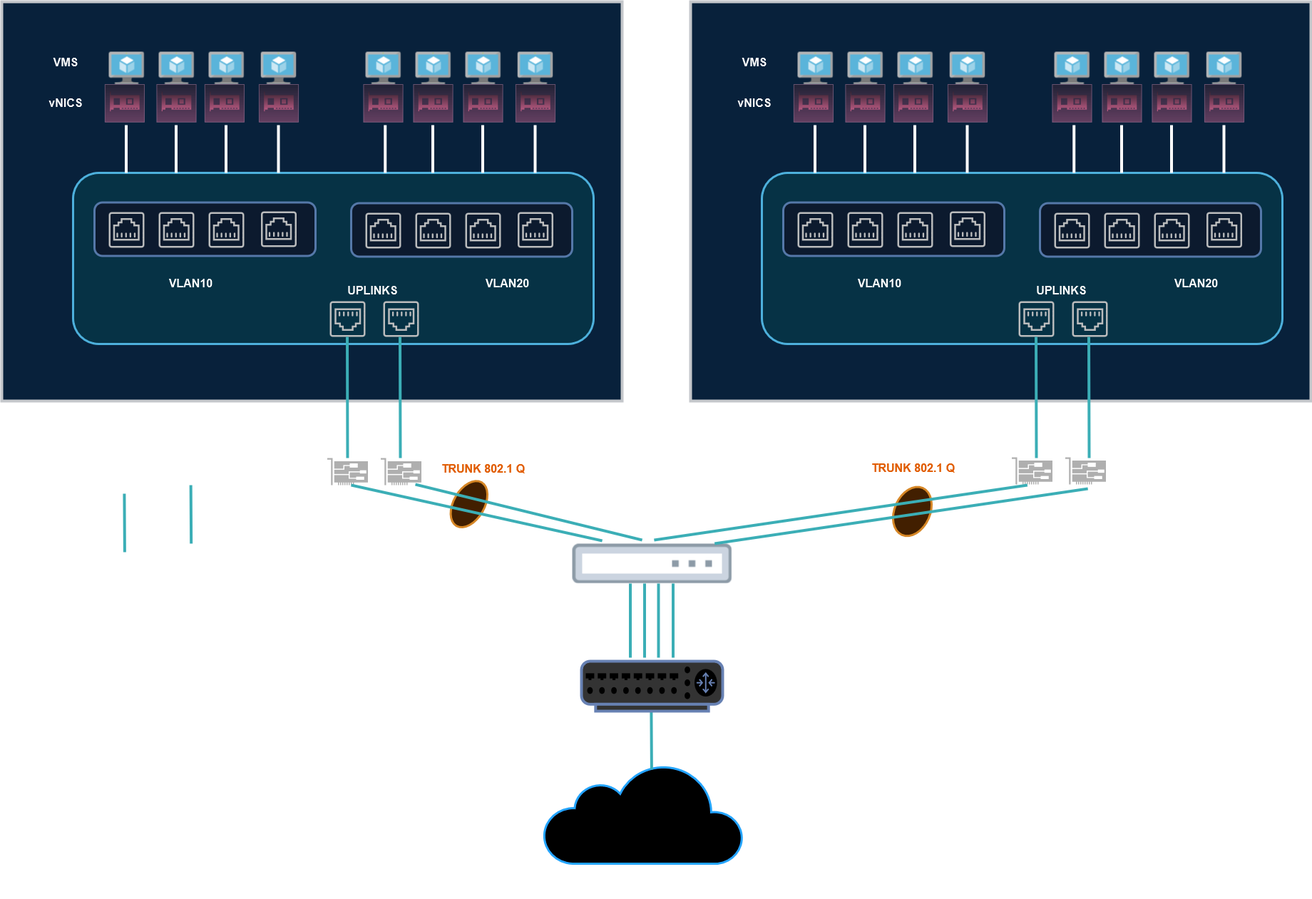
Above: CCNP 350-401 ENCOR/02 - Virtualization/09 - Virtual Switching/Imagens/trunk.png in alcancil/Cisco (draw.io), before the change. Source tidied: cells renumbered, new cells last; positions are measured from the earlier drawing's top-left corner, leaving out a move shared by most shapes.
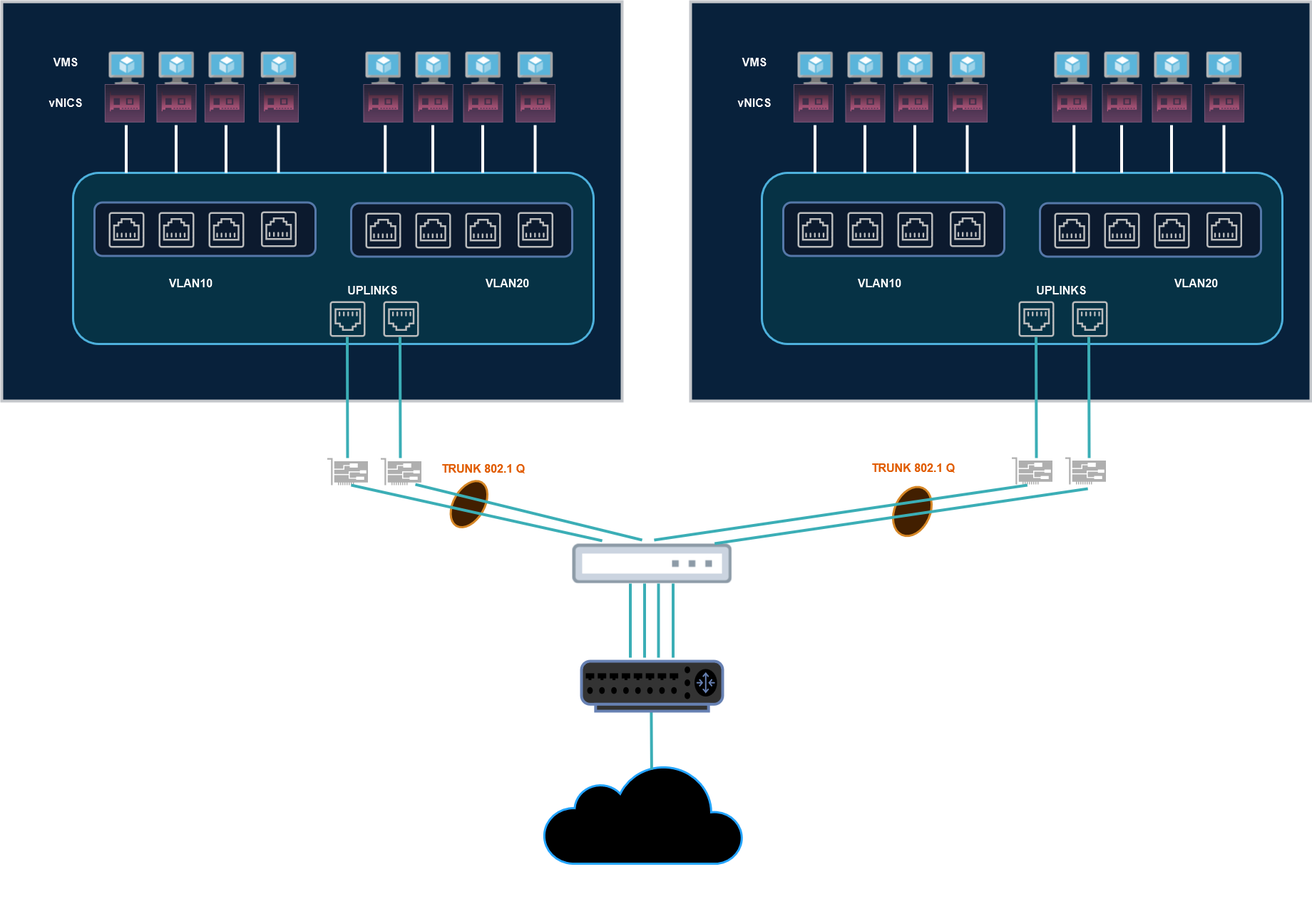
The same diagram one commit later.

Commit message:
Alterado o arquivo readme.md

Change to the diagram source:
```diff
@@ -175,18 +175,6 @@
         <mxPoint x="558.5" y="470" as="targetPoint" />
       </mxGeometry>
     </mxCell>
-    <mxCell id="50" style="endArrow=none;html=1;rounded=0;strokeWidth=4;fillColor=#b0e3e6;strokeColor=#0e8088;" parent="1" edge="1">
-      <mxGeometry relative="1" as="geometry">
-        <mxPoint x="172.4" y="772" as="sourcePoint" />
-        <mxPoint x="171.9" y="690" as="targetPoint" />
-      </mxGeometry>
-    </mxCell>
-    <mxCell id="51" style="endArrow=none;html=1;rounded=0;strokeWidth=4;fillColor=#b0e3e6;strokeColor=#0e8088;" parent="1" edge="1">
-      <mxGeometry relative="1" as="geometry">
-        <mxPoint x="265.6" y="760" as="sourcePoint" />
-        <mxPoint x="265.1" y="678" as="targetPoint" />
-      </mxGeometry>
-    </mxCell>
     <mxCell id="52" style="image;perimeter=ellipsePerimeter;html=1;align=center;fontSize=12;verticalAlign=top;fontColor=#364149;shadow=0;dashed=0;image=img/lib/cumulus/switch_bare_metal_empty.svg;" parent="1" vertex="1">
       <mxGeometry x="800" y="760" width="224" height="56" as="geometry" />
     </mxCell>
```
